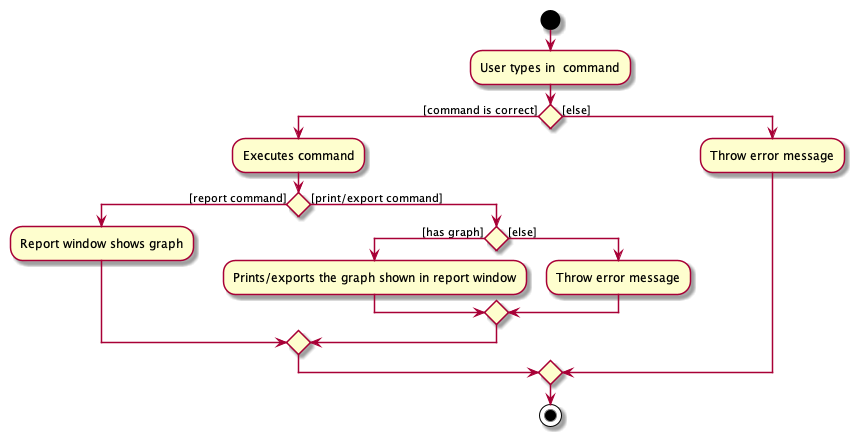
This is docs/images/Report_ReportWindow_.png from zwasd/main, a PlantUML export, as it was before one commit. Source of this version:
```plantuml
@startuml
start
:User types in  command;
if () then ([command is correct])
    :Executes command;
     if() then ([report command])
     :Report window shows graph;
     else ([print/export command])
            if () then ([has graph])
                :Prints/exports the graph shown in report window;
             else ([else])
                :Throw error message;
                endif
      endif
else ([else])
    :Throw error message;
endif
stop
@enduml
```
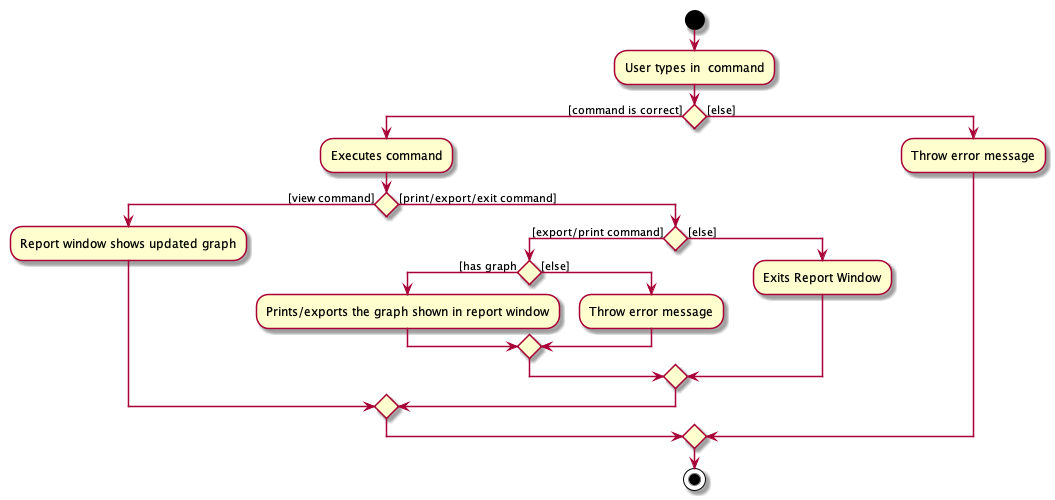
Later version of the same file.

Change to the diagram source:
```diff
@@ -3,13 +3,17 @@
 :User types in  command;
 if () then ([command is correct])
     :Executes command;
-     if() then ([report command])
-     :Report window shows graph;
-     else ([print/export command])
-            if () then ([has graph])
+     if() then ([view command])
+     :Report window shows updated graph;
+     else ([print/export/exit command])
+            if () then ([export/print command])
+             if () then ([has graph)
                 :Prints/exports the graph shown in report window;
              else ([else])
                 :Throw error message;
+              endif
+            else ([else])
+                 :Exits Report Window;
                 endif
       endif
 else ([else])
```
